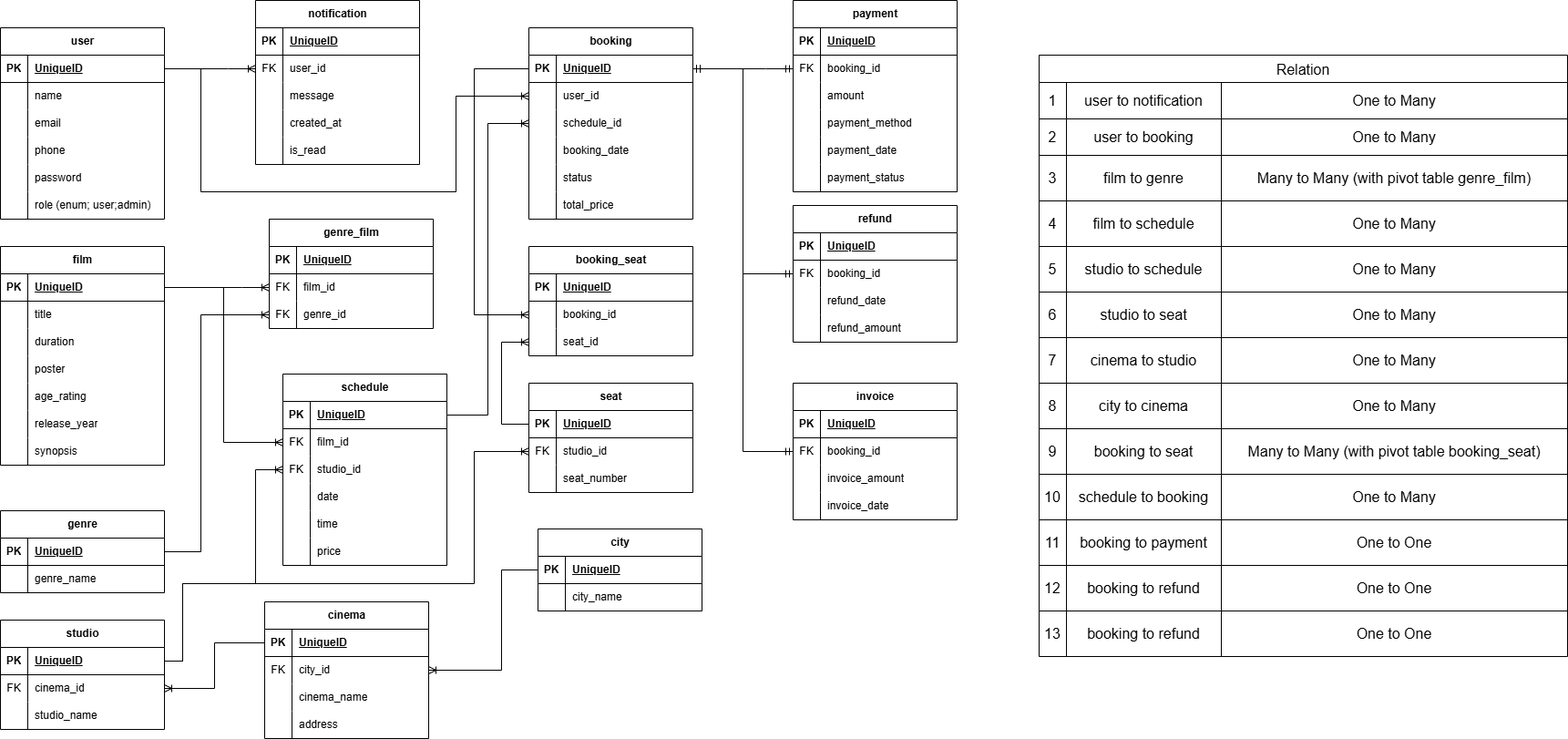
This is docs/erd.png from Intaniamp/ticketing-api, a draw.io export, as it was before one commit. Source tidied: cells renumbered, new cells last; positions are measured from the earlier drawing's top-left corner, leaving out a move shared by most shapes.
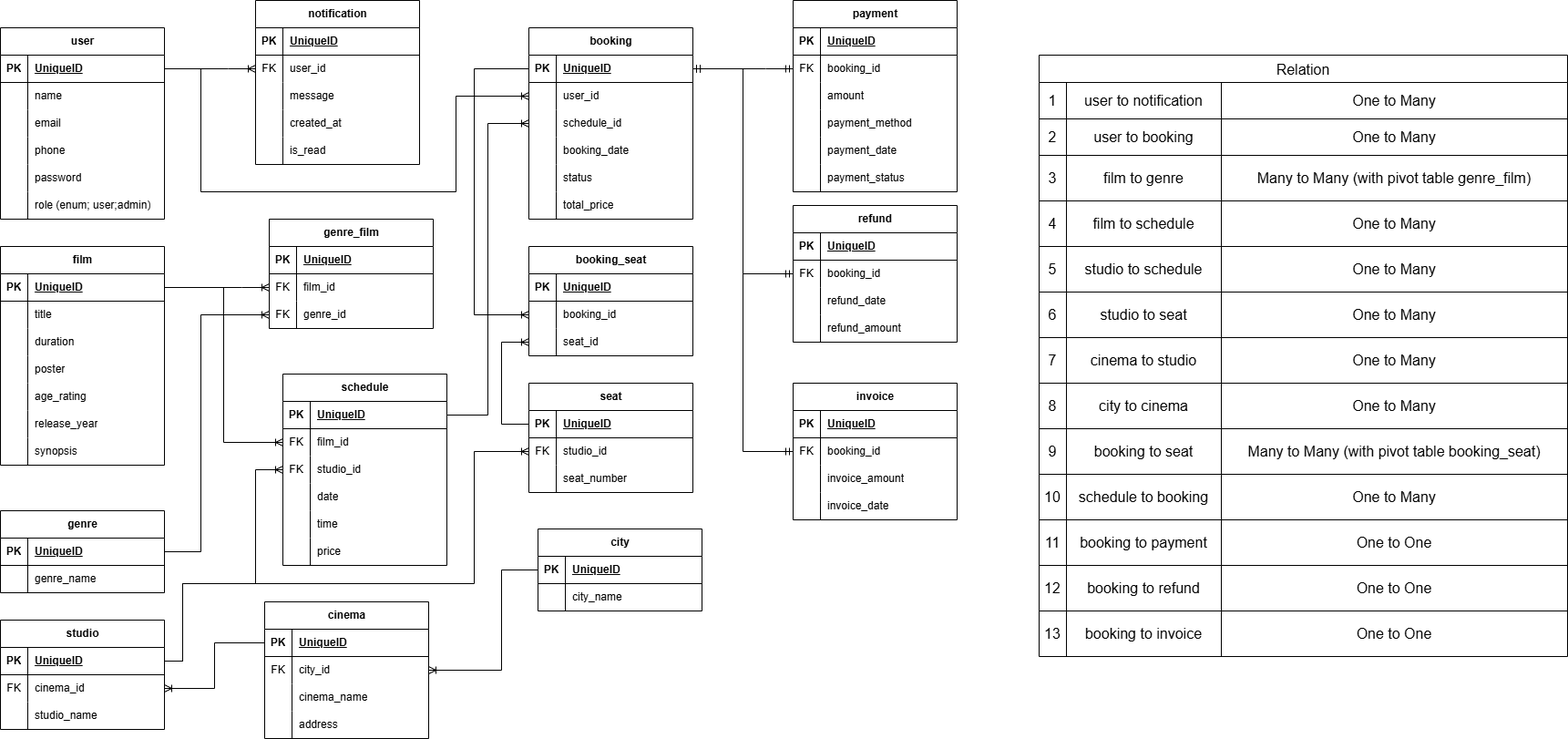
The same file after the commit.

Commit message:
change typo "13. booking to refund" to "13. booking to invoice"

Change to the diagram source:
```diff
@@ -862,7 +862,7 @@
     <mxCell id="274" value="13" style="shape=partialRectangle;html=1;whiteSpace=wrap;strokeColor=inherit;overflow=hidden;fillColor=none;top=0;left=0;bottom=0;right=0;fontSize=16;" parent="273" vertex="1">
       <mxGeometry width="30" height="50" as="geometry" />
     </mxCell>
-    <mxCell id="275" value="booking to refund" style="shape=partialRectangle;html=1;whiteSpace=wrap;strokeColor=inherit;overflow=hidden;fillColor=none;top=0;left=0;bottom=0;right=0;fontSize=16;" parent="273" vertex="1">
+    <mxCell id="275" value="booking to invoice" style="shape=partialRectangle;html=1;whiteSpace=wrap;strokeColor=inherit;overflow=hidden;fillColor=none;top=0;left=0;bottom=0;right=0;fontSize=16;" parent="273" vertex="1">
       <mxGeometry x="30" width="170" height="50" as="geometry" />
     </mxCell>
     <mxCell id="276" value="One to One" style="shape=partialRectangle;html=1;whiteSpace=wrap;strokeColor=inherit;overflow=hidden;fillColor=none;top=0;left=0;bottom=0;right=0;fontSize=16;" parent="273" vertex="1">
```
